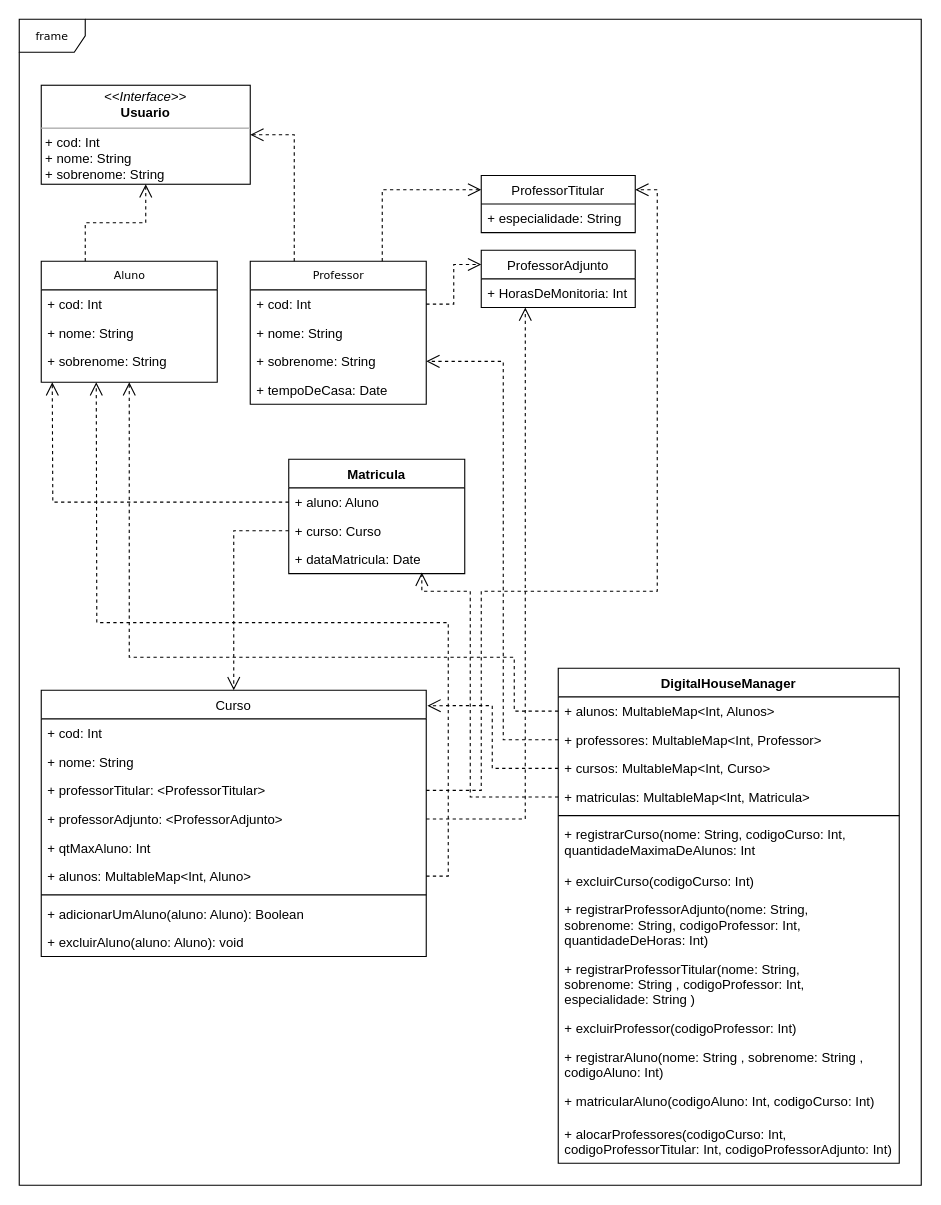
Above: AULA 13 - DESAFIO KOTLIN - EXERCÍCIO.drawio in leandrofreires/santander-desafio-kotlin (draw.io), before the change. Source tidied: cells renumbered, new cells numbered last; positions are measured from the earlier drawing's top-left corner, leaving out a move shared by most shapes. Both pictures are drawn from the tidied source at 110%, with x=0, y=0 at pixel (19, 19).
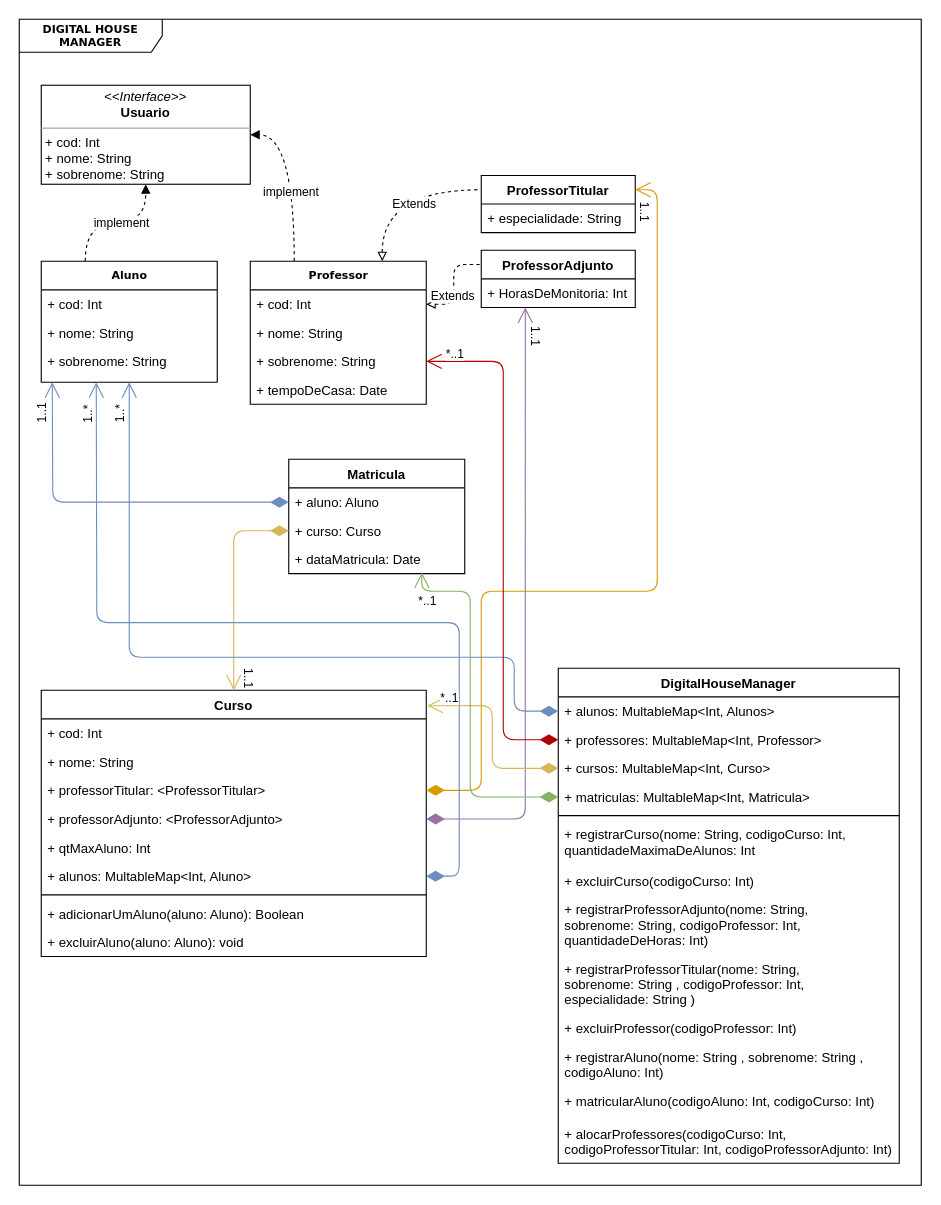
After the change.

The change refers to these unchanged cells:
```xml
<mxCell id="3" value="&lt;p style=&quot;margin: 0px ; margin-top: 4px ; text-align: center&quot;&gt;&lt;i&gt;&amp;lt;&amp;lt;Interface&amp;gt;&amp;gt;&lt;/i&gt;&lt;br&gt;&lt;b&gt;Usuario&lt;/b&gt;&lt;/p&gt;&lt;hr size=&quot;1&quot;&gt;&lt;p style=&quot;margin: 0px ; margin-left: 4px&quot;&gt;+ cod: Int&lt;br&gt;+ nome: String&lt;/p&gt;&lt;p style=&quot;margin: 0px ; margin-left: 4px&quot;&gt;+ sobrenome: String&lt;/p&gt;" style="verticalAlign=top;align=left;overflow=fill;fontSize=12;fontFamily=Helvetica;html=1;rounded=0;shadow=0;comic=0;labelBackgroundColor=none;strokeWidth=1;" parent="1" vertex="1">
  <mxGeometry x="20" y="60" width="190" height="90" as="geometry" />
</mxCell>
<mxCell id="12" value="+ cod: Int" style="text;html=1;strokeColor=none;fillColor=none;align=left;verticalAlign=top;spacingLeft=4;spacingRight=4;whiteSpace=wrap;overflow=hidden;points=[[0,0.5],[1,0.5]];portConstraint=eastwest;" parent="11" vertex="1">
  <mxGeometry y="26" width="160" height="26" as="geometry" />
</mxCell>
<mxCell id="14" value="+ sobrenome: String" style="text;html=1;strokeColor=none;fillColor=none;align=left;verticalAlign=top;spacingLeft=4;spacingRight=4;whiteSpace=wrap;overflow=hidden;points=[[0,0.5],[1,0.5]];portConstraint=eastwest;" parent="11" vertex="1">
  <mxGeometry y="78" width="160" height="26" as="geometry" />
</mxCell>
<mxCell id="19" value="+ HorasDeMonitoria: Int" style="text;strokeColor=none;fillColor=none;align=left;verticalAlign=top;spacingLeft=4;spacingRight=4;overflow=hidden;points=[[0,0.5],[1,0.5]];portConstraint=eastwest;" parent="18" vertex="1">
  <mxGeometry y="26" width="140" height="26" as="geometry" />
</mxCell>
<mxCell id="22" value="+ alunos: MultableMap&lt;Int, Alunos&gt;" style="text;strokeColor=none;fillColor=none;align=left;verticalAlign=top;spacingLeft=4;spacingRight=4;overflow=hidden;points=[[0,0.5],[1,0.5]];portConstraint=eastwest;" parent="21" vertex="1">
  <mxGeometry y="26" width="310" height="26" as="geometry" />
</mxCell>
<mxCell id="23" value="+ professores: MultableMap&lt;Int, Professor&gt;" style="text;strokeColor=none;fillColor=none;align=left;verticalAlign=top;spacingLeft=4;spacingRight=4;overflow=hidden;points=[[0,0.5],[1,0.5]];portConstraint=eastwest;" parent="21" vertex="1">
  <mxGeometry y="52" width="310" height="26" as="geometry" />
</mxCell>
<mxCell id="24" value="+ cursos: MultableMap&lt;Int, Curso&gt;" style="text;strokeColor=none;fillColor=none;align=left;verticalAlign=top;spacingLeft=4;spacingRight=4;overflow=hidden;points=[[0,0.5],[1,0.5]];portConstraint=eastwest;" parent="21" vertex="1">
  <mxGeometry y="78" width="310" height="26" as="geometry" />
</mxCell>
<mxCell id="25" value="+ matriculas: MultableMap&lt;Int, Matricula&gt;" style="text;strokeColor=none;fillColor=none;align=left;verticalAlign=top;spacingLeft=4;spacingRight=4;overflow=hidden;points=[[0,0.5],[1,0.5]];portConstraint=eastwest;" parent="21" vertex="1">
  <mxGeometry y="104" width="310" height="26" as="geometry" />
</mxCell>
<mxCell id="38" value="+ professorTitular: &lt;ProfessorTitular&gt;" style="text;strokeColor=none;fillColor=none;align=left;verticalAlign=top;spacingLeft=4;spacingRight=4;overflow=hidden;points=[[0,0.5],[1,0.5]];portConstraint=eastwest;" parent="35" vertex="1">
  <mxGeometry y="78" width="350" height="26" as="geometry" />
</mxCell>
<mxCell id="39" value="+ professorAdjunto: &lt;ProfessorAdjunto&gt;" style="text;strokeColor=none;fillColor=none;align=left;verticalAlign=top;spacingLeft=4;spacingRight=4;overflow=hidden;points=[[0,0.5],[1,0.5]];portConstraint=eastwest;" parent="35" vertex="1">
  <mxGeometry y="104" width="350" height="26" as="geometry" />
</mxCell>
<mxCell id="41" value="+ alunos: MultableMap&lt;Int, Aluno&gt;" style="text;strokeColor=none;fillColor=none;align=left;verticalAlign=top;spacingLeft=4;spacingRight=4;overflow=hidden;points=[[0,0.5],[1,0.5]];portConstraint=eastwest;" parent="35" vertex="1">
  <mxGeometry y="156" width="350" height="26" as="geometry" />
</mxCell>
<mxCell id="46" value="+ aluno: Aluno" style="text;strokeColor=none;fillColor=none;align=left;verticalAlign=top;spacingLeft=4;spacingRight=4;overflow=hidden;points=[[0,0.5],[1,0.5]];portConstraint=eastwest;" parent="45" vertex="1">
  <mxGeometry y="26" width="160" height="26" as="geometry" />
</mxCell>
<mxCell id="47" value="+ curso: Curso" style="text;strokeColor=none;fillColor=none;align=left;verticalAlign=top;spacingLeft=4;spacingRight=4;overflow=hidden;points=[[0,0.5],[1,0.5]];portConstraint=eastwest;" parent="45" vertex="1">
  <mxGeometry y="52" width="160" height="26" as="geometry" />
</mxCell>
<mxCell id="48" value="+ dataMatricula: Date" style="text;strokeColor=none;fillColor=none;align=left;verticalAlign=top;spacingLeft=4;spacingRight=4;overflow=hidden;points=[[0,0.5],[1,0.5]];portConstraint=eastwest;" parent="45" vertex="1">
  <mxGeometry y="78" width="160" height="26" as="geometry" />
</mxCell>
```

Diff of the diagram source:
```diff
@@
-    <mxCell id="2" value="frame" style="shape=umlFrame;whiteSpace=wrap;html=1;rounded=0;shadow=0;comic=0;labelBackgroundColor=none;strokeWidth=1;fontFamily=Verdana;fontSize=10;align=center;" parent="1" vertex="1">
+    <mxCell id="2" value="&lt;b&gt;DIGITAL HOUSE MANAGER&lt;/b&gt;" style="shape=umlFrame;whiteSpace=wrap;html=1;rounded=0;shadow=0;comic=0;labelBackgroundColor=none;strokeWidth=1;fontFamily=Verdana;fontSize=10;align=center;width=130;height=30;" parent="1" vertex="1">
       <mxGeometry width="820" height="1060" as="geometry" />
     </mxCell>
@@
-    <mxCell id="4" style="edgeStyle=orthogonalEdgeStyle;rounded=0;jettySize=auto;html=1;exitX=0.25;exitY=0;exitDx=0;exitDy=0;entryX=0.5;entryY=1;entryDx=0;entryDy=0;dashed=1;endArrow=open;endFill=0;endSize=10;" parent="1" edge="1" source="5" target="3">
+    <mxCell id="4" style="edgeStyle=orthogonalEdgeStyle;jettySize=auto;html=1;exitX=0.25;exitY=0;exitDx=0;exitDy=0;entryX=0.5;entryY=1;entryDx=0;entryDy=0;endArrow=block;endFill=1;curved=1;startArrow=none;startFill=0;shadow=0;sketch=0;dashed=1;" parent="1" edge="1" source="5" target="3">
       <mxGeometry relative="1" as="geometry" />
     </mxCell>
+    <mxCell id="58" value="implement" style="edgeLabel;html=1;align=center;verticalAlign=middle;" parent="4" vertex="1">
+      <mxGeometry x="0.07" y="1" relative="1" as="geometry" />
+    </mxCell>
-    <mxCell id="5" value="Aluno" style="swimlane;html=1;fontStyle=0;horizontal=1;startSize=26;fillColor=none;swimlaneFillColor=#ffffff;rounded=0;shadow=0;comic=0;labelBackgroundColor=none;strokeWidth=1;fontFamily=Verdana;fontSize=10;align=center;" parent="1" vertex="1">
+    <mxCell id="5" value="&lt;b&gt;Aluno&lt;/b&gt;" style="swimlane;html=1;fontStyle=0;horizontal=1;startSize=26;fillColor=none;swimlaneFillColor=#ffffff;rounded=0;shadow=0;comic=0;labelBackgroundColor=none;strokeWidth=1;fontFamily=Verdana;fontSize=10;align=center;" parent="1" vertex="1">
       <mxGeometry x="20" y="220" width="160" height="110" as="geometry" />
     </mxCell>
@@
-    <mxCell id="9" style="edgeStyle=orthogonalEdgeStyle;rounded=0;jettySize=auto;html=1;exitX=0.75;exitY=0;exitDx=0;exitDy=0;entryX=0;entryY=0.25;entryDx=0;entryDy=0;dashed=1;endArrow=open;endFill=0;endSize=10;" parent="1" edge="1" source="11" target="16">
+    <mxCell id="9" style="edgeStyle=orthogonalEdgeStyle;jettySize=auto;html=1;exitX=0.75;exitY=0;exitDx=0;exitDy=0;entryX=0;entryY=0.25;entryDx=0;entryDy=0;endArrow=none;endFill=0;shadow=0;startFill=0;startArrow=block;sketch=0;curved=1;dashed=1;" parent="1" edge="1" source="11" target="16">
       <mxGeometry relative="1" as="geometry" />
     </mxCell>
+    <mxCell id="59" value="Extends" style="edgeLabel;html=1;align=center;verticalAlign=middle;" parent="9" vertex="1">
+      <mxGeometry x="0.2" y="-12" relative="1" as="geometry" />
+    </mxCell>
-    <mxCell id="10" style="edgeStyle=orthogonalEdgeStyle;rounded=0;jettySize=auto;html=1;exitX=0.25;exitY=0;exitDx=0;exitDy=0;entryX=1;entryY=0.5;entryDx=0;entryDy=0;dashed=1;endArrow=open;endFill=0;endSize=10;" parent="1" edge="1" source="11" target="3">
+    <mxCell id="10" style="edgeStyle=orthogonalEdgeStyle;jettySize=auto;html=1;exitX=0.25;exitY=0;exitDx=0;exitDy=0;entryX=1;entryY=0.5;entryDx=0;entryDy=0;endArrow=block;endFill=1;shadow=0;startFill=0;startArrow=none;sketch=0;curved=1;dashed=1;" parent="1" edge="1" source="11" target="3">
       <mxGeometry relative="1" as="geometry" />
     </mxCell>
+    <mxCell id="60" value="implement" style="edgeLabel;html=1;align=center;verticalAlign=middle;" parent="10" vertex="1">
+      <mxGeometry x="-0.17" y="4" relative="1" as="geometry" />
+    </mxCell>
-    <mxCell id="11" value="Professor" style="swimlane;html=1;fontStyle=0;horizontal=1;startSize=26;fillColor=none;swimlaneFillColor=#ffffff;rounded=0;shadow=0;comic=0;labelBackgroundColor=none;strokeWidth=1;fontFamily=Verdana;fontSize=10;align=center;" parent="1" vertex="1">
+    <mxCell id="11" value="&lt;b&gt;Professor&lt;/b&gt;" style="swimlane;html=1;fontStyle=0;horizontal=1;startSize=26;fillColor=none;swimlaneFillColor=#ffffff;rounded=0;shadow=0;comic=0;labelBackgroundColor=none;strokeWidth=1;fontFamily=Verdana;fontSize=10;align=center;" parent="1" vertex="1">
       <mxGeometry x="210" y="220" width="160" height="130" as="geometry" />
     </mxCell>
@@
-    <mxCell id="16" value="ProfessorTitular" style="swimlane;fontStyle=0;horizontal=1;startSize=26;fillColor=none;" parent="1" vertex="1">
+    <mxCell id="16" value="ProfessorTitular" style="swimlane;fontStyle=1;horizontal=1;startSize=26;fillColor=none;" parent="1" vertex="1">
       <mxGeometry x="420" y="142" width="140" height="52" as="geometry" />
     </mxCell>
@@
-    <mxCell id="18" value="ProfessorAdjunto" style="swimlane;fontStyle=0;horizontal=1;startSize=26;fillColor=none;" parent="1" vertex="1">
+    <mxCell id="18" value="ProfessorAdjunto" style="swimlane;fontStyle=1;horizontal=1;startSize=26;fillColor=none;" parent="1" vertex="1">
       <mxGeometry x="420" y="210" width="140" height="52" as="geometry" />
     </mxCell>
@@
-    <mxCell id="20" style="edgeStyle=orthogonalEdgeStyle;rounded=0;jettySize=auto;html=1;exitX=1;exitY=0.5;exitDx=0;exitDy=0;entryX=0;entryY=0.25;entryDx=0;entryDy=0;dashed=1;endArrow=open;endFill=0;endSize=10;" parent="1" edge="1" source="12" target="18">
+    <mxCell id="20" style="edgeStyle=orthogonalEdgeStyle;rounded=1;jettySize=auto;html=1;exitX=1;exitY=0.5;exitDx=0;exitDy=0;entryX=0;entryY=0.25;entryDx=0;entryDy=0;endArrow=none;endFill=0;shadow=0;startFill=0;sketch=0;dashed=1;startArrow=block;" parent="1" edge="1" source="12" target="18">
       <mxGeometry relative="1" as="geometry" />
     </mxCell>
+    <mxCell id="61" value="Extends" style="edgeLabel;html=1;align=center;verticalAlign=middle;" parent="20" vertex="1">
+      <mxGeometry x="-0.47" y="8" relative="1" as="geometry" />
+    </mxCell>
@@
-    <mxCell id="35" value="Curso" style="swimlane;fontStyle=0;horizontal=1;startSize=26;fillColor=none;" parent="1" vertex="1">
+    <mxCell id="35" value="Curso" style="swimlane;fontStyle=1;horizontal=1;startSize=26;fillColor=none;" parent="1" vertex="1">
       <mxGeometry x="20" y="610" width="350" height="242" as="geometry" />
     </mxCell>
@@
-    <mxCell id="49" style="edgeStyle=orthogonalEdgeStyle;rounded=0;jettySize=auto;html=1;exitX=0;exitY=0.5;exitDx=0;exitDy=0;dashed=1;endArrow=open;endFill=0;endSize=10;" parent="1" edge="1" source="46">
+    <mxCell id="49" style="edgeStyle=orthogonalEdgeStyle;rounded=1;jettySize=auto;html=1;exitX=0;exitY=0.5;exitDx=0;exitDy=0;endArrow=open;endSize=12;startArrow=diamondThin;startFill=1;shadow=0;align=left;verticalAlign=bottom;startSize=14;fillColor=#dae8fc;strokeColor=#6c8ebf;" parent="1" edge="1" source="46">
       <mxGeometry relative="1" as="geometry">
         <mxPoint x="30" y="330" as="targetPoint" />
       </mxGeometry>
     </mxCell>
+    <mxCell id="62" value="1..1" style="edgeLabel;html=1;align=center;verticalAlign=middle;rotation=-90;" parent="49" vertex="1">
+      <mxGeometry x="0.96" y="2" relative="1" as="geometry">
+        <mxPoint x="-8" y="22.8" as="offset" />
+      </mxGeometry>
+    </mxCell>
-    <mxCell id="50" style="edgeStyle=orthogonalEdgeStyle;rounded=0;jettySize=auto;html=1;exitX=0;exitY=0.5;exitDx=0;exitDy=0;dashed=1;endArrow=open;endFill=0;endSize=10;" parent="1" edge="1" source="47" target="35">
+    <mxCell id="50" style="edgeStyle=orthogonalEdgeStyle;rounded=1;jettySize=auto;html=1;exitX=0;exitY=0.5;exitDx=0;exitDy=0;endArrow=open;endSize=12;shadow=0;align=left;verticalAlign=bottom;startFill=1;startArrow=diamondThin;startSize=14;fillColor=#fff2cc;strokeColor=#d6b656;" parent="1" edge="1" source="47" target="35">
       <mxGeometry relative="1" as="geometry" />
     </mxCell>
+    <mxCell id="63" style="edgeLabel;html=1;align=center;verticalAlign=middle;" parent="50" vertex="1">
+      <mxGeometry x="0.75" y="1" relative="1" as="geometry" />
+    </mxCell>
+    <mxCell id="64" value="1..1" style="edgeLabel;html=1;align=center;verticalAlign=middle;rotation=90;" parent="50" vertex="1">
+      <mxGeometry x="0.77" y="1" relative="1" as="geometry">
+        <mxPoint x="14" y="10" as="offset" />
+      </mxGeometry>
+    </mxCell>
-    <mxCell id="51" style="edgeStyle=orthogonalEdgeStyle;rounded=0;jettySize=auto;html=1;exitX=1;exitY=0.5;exitDx=0;exitDy=0;entryX=1;entryY=0.25;entryDx=0;entryDy=0;dashed=1;endArrow=open;endFill=0;endSize=10;" parent="1" edge="1" source="38" target="16">
+    <mxCell id="51" style="edgeStyle=orthogonalEdgeStyle;rounded=1;jettySize=auto;html=1;exitX=1;exitY=0.5;exitDx=0;exitDy=0;entryX=1;entryY=0.25;entryDx=0;entryDy=0;endArrow=open;endSize=12;shadow=0;align=left;verticalAlign=bottom;startFill=1;startArrow=diamondThin;startSize=14;fillColor=#ffe6cc;strokeColor=#d79b00;" parent="1" edge="1" source="38" target="16">
       <mxGeometry relative="1" as="geometry">
         <Array as="points">
           <mxPoint x="420" y="701" />
           <mxPoint x="420" y="520" />
           <mxPoint x="580" y="520" />
           <mxPoint x="580" y="155" />
         </Array>
       </mxGeometry>
     </mxCell>
+    <mxCell id="65" value="1..1" style="edgeLabel;html=1;align=center;verticalAlign=middle;rotation=90;" parent="51" vertex="1">
+      <mxGeometry x="0.92" relative="1" as="geometry">
+        <mxPoint x="-10" y="8" as="offset" />
+      </mxGeometry>
+    </mxCell>
-    <mxCell id="52" style="edgeStyle=orthogonalEdgeStyle;rounded=0;jettySize=auto;html=1;exitX=1;exitY=0.5;exitDx=0;exitDy=0;entryX=0.286;entryY=1;entryDx=0;entryDy=0;entryPerimeter=0;dashed=1;endArrow=open;endFill=0;endSize=10;" parent="1" edge="1" source="39" target="19">
+    <mxCell id="52" style="edgeStyle=orthogonalEdgeStyle;rounded=1;jettySize=auto;html=1;exitX=1;exitY=0.5;exitDx=0;exitDy=0;entryX=0.286;entryY=1;entryDx=0;entryDy=0;entryPerimeter=0;endArrow=open;endSize=12;startArrow=diamondThin;startFill=1;shadow=0;align=left;verticalAlign=bottom;startSize=14;fillColor=#e1d5e7;strokeColor=#9673a6;" parent="1" edge="1" source="39" target="19">
       <mxGeometry relative="1" as="geometry" />
     </mxCell>
+    <mxCell id="66" value="1..1" style="edgeLabel;html=1;align=center;verticalAlign=middle;rotation=90;" parent="52" vertex="1">
+      <mxGeometry x="0.93" relative="1" as="geometry">
+        <mxPoint x="11" y="6" as="offset" />
+      </mxGeometry>
+    </mxCell>
-    <mxCell id="53" style="edgeStyle=orthogonalEdgeStyle;rounded=0;jettySize=auto;html=1;exitX=1;exitY=0.5;exitDx=0;exitDy=0;dashed=1;endArrow=open;endFill=0;endSize=10;" parent="1" edge="1" source="41">
+    <mxCell id="53" style="edgeStyle=orthogonalEdgeStyle;rounded=1;jettySize=auto;html=1;exitX=1;exitY=0.5;exitDx=0;exitDy=0;endArrow=open;endSize=12;shadow=0;align=left;verticalAlign=bottom;startFill=1;startArrow=diamondThin;startSize=14;fillColor=#dae8fc;strokeColor=#6c8ebf;" parent="1" edge="1" source="41">
       <mxGeometry relative="1" as="geometry">
         <mxPoint x="70" y="330" as="targetPoint" />
       </mxGeometry>
     </mxCell>
+    <mxCell id="67" style="edgeLabel;html=1;align=center;verticalAlign=middle;" parent="53" vertex="1">
+      <mxGeometry x="0.93" y="3" relative="1" as="geometry" />
+    </mxCell>
+    <mxCell id="68" value="1..*" style="edgeLabel;html=1;align=center;verticalAlign=middle;rotation=-90;" parent="53" vertex="1">
+      <mxGeometry x="0.95" y="3" relative="1" as="geometry">
+        <mxPoint x="-5" y="10" as="offset" />
+      </mxGeometry>
+    </mxCell>
-    <mxCell id="54" style="edgeStyle=orthogonalEdgeStyle;rounded=0;jettySize=auto;html=1;exitX=0;exitY=0.5;exitDx=0;exitDy=0;entryX=0.5;entryY=1;entryDx=0;entryDy=0;dashed=1;endArrow=open;endFill=0;endSize=10;" parent="1" edge="1" source="22" target="5">
+    <mxCell id="54" style="edgeStyle=orthogonalEdgeStyle;rounded=1;jettySize=auto;html=1;exitX=0;exitY=0.5;exitDx=0;exitDy=0;entryX=0.5;entryY=1;entryDx=0;entryDy=0;endArrow=open;endSize=12;shadow=0;align=left;verticalAlign=bottom;startFill=1;startArrow=diamondThin;startSize=14;fillColor=#dae8fc;strokeColor=#6c8ebf;" parent="1" edge="1" source="22" target="5">
       <mxGeometry relative="1" as="geometry">
         <Array as="points">
           <mxPoint x="450" y="629" />
           <mxPoint x="450" y="580" />
           <mxPoint x="100" y="580" />
         </Array>
       </mxGeometry>
     </mxCell>
+    <mxCell id="69" value="1..*" style="edgeLabel;html=1;align=center;verticalAlign=middle;rotation=-90;" parent="54" vertex="1">
+      <mxGeometry x="0.91" y="-1" relative="1" as="geometry">
+        <mxPoint x="-10" y="-1" as="offset" />
+      </mxGeometry>
+    </mxCell>
-    <mxCell id="55" style="edgeStyle=orthogonalEdgeStyle;rounded=0;jettySize=auto;html=1;exitX=0;exitY=0.5;exitDx=0;exitDy=0;entryX=1;entryY=0.5;entryDx=0;entryDy=0;dashed=1;endArrow=open;endFill=0;endSize=10;" parent="1" edge="1" source="23" target="14">
+    <mxCell id="55" style="edgeStyle=orthogonalEdgeStyle;rounded=1;jettySize=auto;html=1;exitX=0;exitY=0.5;exitDx=0;exitDy=0;entryX=1;entryY=0.5;entryDx=0;entryDy=0;endArrow=open;endSize=12;shadow=0;align=left;verticalAlign=bottom;startFill=1;startArrow=diamondThin;startSize=14;fillColor=#e51400;strokeColor=#B20000;" parent="1" edge="1" source="23" target="14">
       <mxGeometry relative="1" as="geometry">
         <Array as="points">
           <mxPoint x="440" y="655" />
           <mxPoint x="440" y="311" />
         </Array>
       </mxGeometry>
     </mxCell>
+    <mxCell id="70" value="*..1" style="edgeLabel;html=1;align=center;verticalAlign=middle;" parent="55" vertex="1">
+      <mxGeometry x="0.91" y="1" relative="1" as="geometry">
+        <mxPoint x="4" y="-9" as="offset" />
+      </mxGeometry>
+    </mxCell>
-    <mxCell id="56" style="edgeStyle=orthogonalEdgeStyle;rounded=0;jettySize=auto;html=1;exitX=0;exitY=0.5;exitDx=0;exitDy=0;entryX=1.003;entryY=0.058;entryDx=0;entryDy=0;entryPerimeter=0;dashed=1;endArrow=open;endFill=0;endSize=10;" parent="1" edge="1" source="24" target="35">
+    <mxCell id="56" style="edgeStyle=orthogonalEdgeStyle;rounded=1;jettySize=auto;html=1;exitX=0;exitY=0.5;exitDx=0;exitDy=0;entryX=1.003;entryY=0.058;entryDx=0;entryDy=0;entryPerimeter=0;endArrow=open;endSize=12;shadow=0;align=left;verticalAlign=bottom;startFill=1;startArrow=diamondThin;startSize=14;fillColor=#fff2cc;strokeColor=#d6b656;" parent="1" edge="1" source="24" target="35">
       <mxGeometry relative="1" as="geometry" />
     </mxCell>
+    <mxCell id="71" value="*..1" style="edgeLabel;html=1;align=center;verticalAlign=middle;" parent="56" vertex="1">
+      <mxGeometry x="0.81" relative="1" as="geometry">
+        <mxPoint x="2" y="-8" as="offset" />
+      </mxGeometry>
+    </mxCell>
-    <mxCell id="57" style="edgeStyle=orthogonalEdgeStyle;rounded=0;jettySize=auto;html=1;exitX=0;exitY=0.5;exitDx=0;exitDy=0;entryX=0.756;entryY=0.962;entryDx=0;entryDy=0;entryPerimeter=0;dashed=1;endArrow=open;endFill=0;endSize=10;" parent="1" edge="1" source="25" target="48">
+    <mxCell id="57" style="edgeStyle=orthogonalEdgeStyle;rounded=1;jettySize=auto;html=1;exitX=0;exitY=0.5;exitDx=0;exitDy=0;entryX=0.756;entryY=0.962;entryDx=0;entryDy=0;entryPerimeter=0;endArrow=open;endSize=12;shadow=0;align=left;verticalAlign=bottom;startFill=1;startArrow=diamondThin;startSize=14;fillColor=#d5e8d4;strokeColor=#82b366;" parent="1" edge="1" source="25" target="48">
       <mxGeometry relative="1" as="geometry">
         <Array as="points">
           <mxPoint x="410" y="707" />
           <mxPoint x="410" y="520" />
           <mxPoint x="366" y="520" />
         </Array>
       </mxGeometry>
     </mxCell>
+    <mxCell id="72" value="*..1" style="edgeLabel;html=1;align=center;verticalAlign=middle;" parent="57" vertex="1">
+      <mxGeometry x="0.87" y="-1" relative="1" as="geometry">
+        <mxPoint y="9" as="offset" />
+      </mxGeometry>
+    </mxCell>
```
